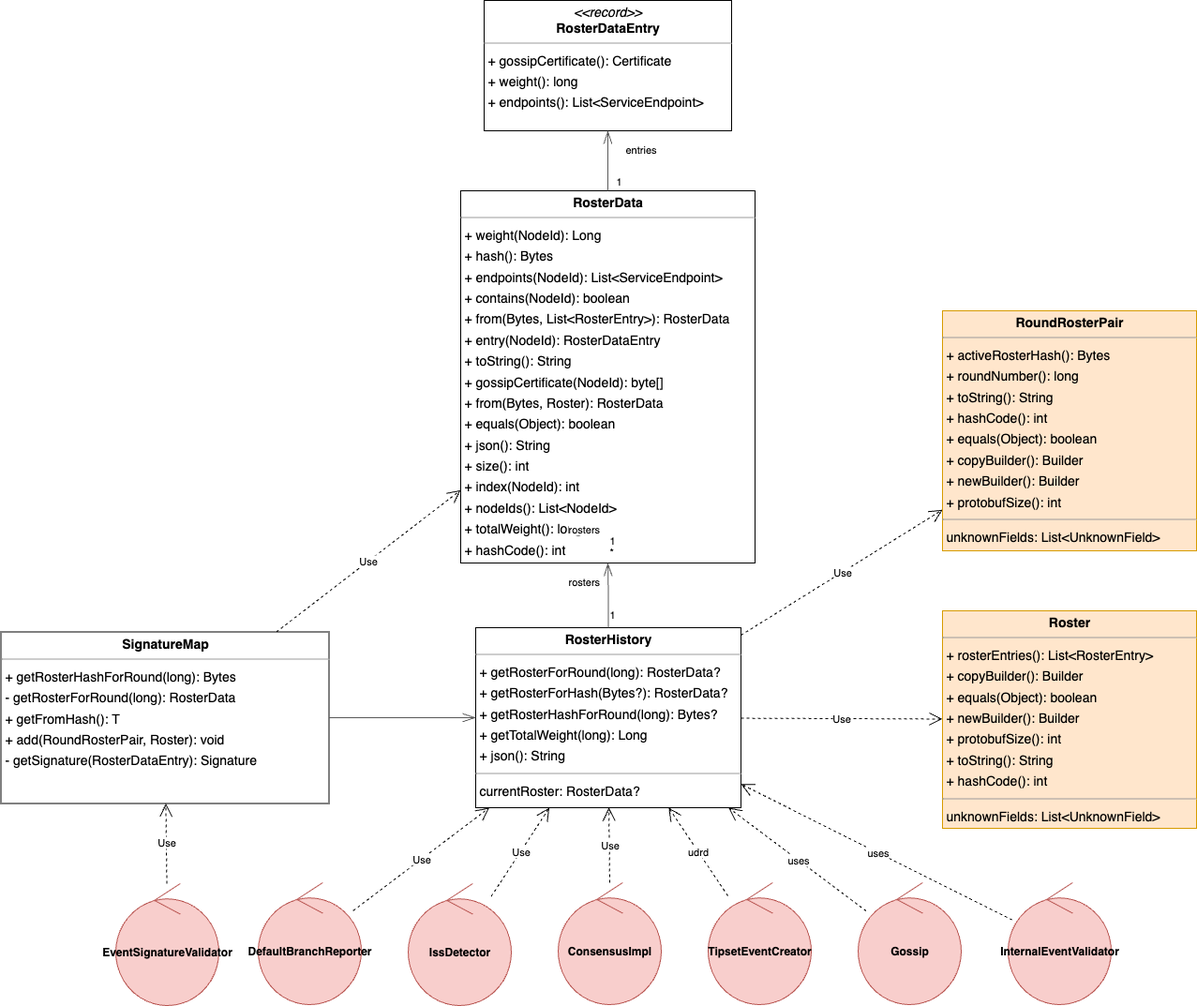
This is platform-sdk/docs/proposals/roster-refactor/roster-data-change.png from hiero-ledger/hiero-consensus-node, a draw.io export, as it was before one commit. Source tidied: cells renumbered, new cells last; positions are measured from the earlier drawing's top-left corner, leaving out a move shared by most shapes.
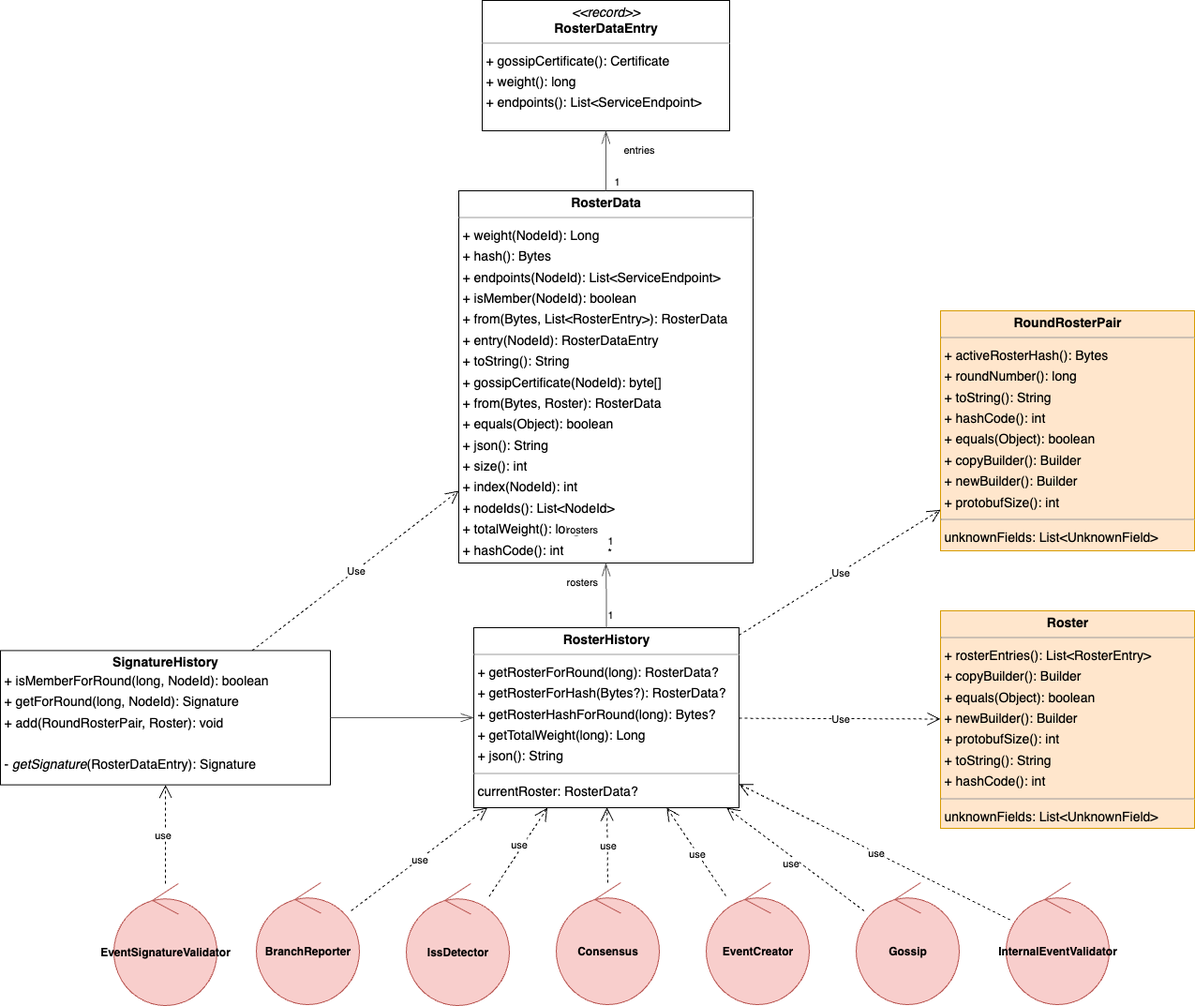
The same file after the commit.

What changed in the source:
```diff
@@ -5,7 +5,7 @@
     <mxCell id="2" value="&lt;p style=&quot;margin:0px;margin-top:4px;text-align:center;&quot;&gt;&lt;b&gt;Roster&lt;/b&gt;&lt;/p&gt;&lt;hr size=&quot;1&quot;/&gt;&lt;p style=&quot;margin:0 0 0 4px;line-height:1.6;&quot;&gt;+ rosterEntries(): List&amp;lt;RosterEntry&amp;gt;&lt;br/&gt;+ copyBuilder(): Builder&lt;br/&gt;+ equals(Object): boolean&lt;br/&gt;+ newBuilder(): Builder&lt;br/&gt;+ protobufSize(): int&lt;br/&gt;+ toString(): String&lt;br/&gt;+ hashCode(): int&lt;/p&gt;&lt;hr size=&quot;1&quot;/&gt;&lt;p style=&quot;margin:0 0 0 4px;line-height:1.6;&quot;&gt; unknownFields: List&amp;lt;UnknownField&amp;gt;&lt;/p&gt;" style="verticalAlign=top;align=left;overflow=fill;fontSize=14;fontFamily=Helvetica;html=1;rounded=0;shadow=0;comic=0;labelBackgroundColor=none;strokeWidth=1;fillColor=#ffe6cc;strokeColor=#d79b00;" parent="1" vertex="1">
       <mxGeometry x="1004" y="651" width="271" height="232" as="geometry" />
     </mxCell>
-    <mxCell id="3" value="&lt;p style=&quot;margin:0px;margin-top:4px;text-align:center;&quot;&gt;&lt;b&gt;RosterData&lt;/b&gt;&lt;/p&gt;&lt;hr size=&quot;1&quot;/&gt;&lt;p style=&quot;margin:0 0 0 4px;line-height:1.6;&quot;&gt;+ weight(NodeId): Long&lt;br/&gt;+ hash(): Bytes&lt;br/&gt;+ endpoints(NodeId): List&amp;lt;ServiceEndpoint&amp;gt;&lt;br/&gt;+ contains(NodeId): boolean&lt;br/&gt;+ from(Bytes, List&amp;lt;RosterEntry&amp;gt;): RosterData&lt;br/&gt;+ entry(NodeId): RosterDataEntry&lt;br/&gt;+ toString(): String&lt;br/&gt;+ gossipCertificate(NodeId): byte[]&lt;br/&gt;+ from(Bytes, Roster): RosterData&lt;br/&gt;+ equals(Object): boolean&lt;br/&gt;+ json(): String&lt;br/&gt;+ size(): int&lt;br/&gt;+ index(NodeId): int&lt;br/&gt;+ nodeIds(): List&amp;lt;NodeId&amp;gt;&lt;br/&gt;+ totalWeight(): long&lt;br/&gt;+ hashCode(): int&lt;/p&gt;" style="verticalAlign=top;align=left;overflow=fill;fontSize=14;fontFamily=Helvetica;html=1;rounded=0;shadow=0;comic=0;labelBackgroundColor=none;strokeWidth=1;" parent="1" vertex="1">
+    <mxCell id="3" value="&lt;p style=&quot;margin:0px;margin-top:4px;text-align:center;&quot;&gt;&lt;b&gt;RosterData&lt;/b&gt;&lt;/p&gt;&lt;hr size=&quot;1&quot;&gt;&lt;p style=&quot;margin:0 0 0 4px;line-height:1.6;&quot;&gt;+ weight(NodeId): Long&lt;br&gt;+ hash(): Bytes&lt;br&gt;+ endpoints(NodeId): List&amp;lt;ServiceEndpoint&amp;gt;&lt;br&gt;+ isMember(NodeId): boolean&lt;br&gt;+ from(Bytes, List&amp;lt;RosterEntry&amp;gt;): RosterData&lt;br&gt;+ entry(NodeId): RosterDataEntry&lt;br&gt;+ toString(): String&lt;br&gt;+ gossipCertificate(NodeId): byte[]&lt;br&gt;+ from(Bytes, Roster): RosterData&lt;br&gt;+ equals(Object): boolean&lt;br&gt;+ json(): String&lt;br&gt;+ size(): int&lt;br&gt;+ index(NodeId): int&lt;br&gt;+ nodeIds(): List&amp;lt;NodeId&amp;gt;&lt;br&gt;+ totalWeight(): long&lt;br&gt;+ hashCode(): int&lt;/p&gt;" style="verticalAlign=top;align=left;overflow=fill;fontSize=14;fontFamily=Helvetica;html=1;rounded=0;shadow=0;comic=0;labelBackgroundColor=none;strokeWidth=1;" parent="1" vertex="1">
       <mxGeometry x="490" y="203" width="314" height="397" as="geometry" />
     </mxCell>
     <mxCell id="4" value="&lt;p style=&quot;margin:0px;margin-top:4px;text-align:center;&quot;&gt;&lt;i&gt;&amp;lt;&amp;lt;record&amp;gt;&amp;gt;&lt;/i&gt;&lt;br&gt;&lt;b&gt;RosterDataEntry&lt;/b&gt;&lt;/p&gt;&lt;hr size=&quot;1&quot;&gt;&lt;p style=&quot;margin:0 0 0 4px;line-height:1.6;&quot;&gt;+ gossipCertificate(): Certificate&lt;br&gt;+ weight(): long&lt;br&gt;+ endpoints(): List&amp;lt;ServiceEndpoint&amp;gt;&lt;/p&gt;" style="verticalAlign=top;align=left;overflow=fill;fontSize=14;fontFamily=Helvetica;html=1;rounded=0;shadow=0;comic=0;labelBackgroundColor=none;strokeWidth=1;" parent="1" vertex="1">
@@ -50,8 +50,8 @@
     <mxCell id="17" value="Use" style="endArrow=open;endSize=12;dashed=1;html=1;rounded=0;" parent="1" edge="1" source="18" target="3">
       <mxGeometry relative="1" as="geometry" />
     </mxCell>
-    <mxCell id="18" value="&lt;p style=&quot;margin:0px;margin-top:4px;text-align:center;&quot;&gt;&lt;b&gt;SignatureMap&lt;/b&gt;&lt;/p&gt;&lt;hr size=&quot;1&quot;&gt;&lt;p style=&quot;margin:0 0 0 4px;line-height:1.6;&quot;&gt;+ getRosterHashForRound(long): Bytes&lt;/p&gt;&lt;p style=&quot;margin:0 0 0 4px;line-height:1.6;&quot;&gt;- getRosterForRound(long): RosterData&lt;/p&gt;&lt;p style=&quot;margin:0 0 0 4px;line-height:1.6;&quot;&gt;+ getFromHash(): T&lt;/p&gt;&lt;p style=&quot;margin:0 0 0 4px;line-height:1.6;&quot;&gt;&lt;span style=&quot;background-color: transparent; color: light-dark(rgb(0, 0, 0), rgb(255, 255, 255));&quot;&gt;+ add(RoundRosterPair, Roster): void&lt;/span&gt;&lt;/p&gt;&lt;p style=&quot;margin:0 0 0 4px;line-height:1.6;&quot;&gt;- getSignature(RosterDataEntry): Signature&lt;/p&gt;&lt;p style=&quot;margin:0 0 0 4px;line-height:1.6;&quot;&gt;&lt;br&gt;&lt;/p&gt;&lt;p style=&quot;margin:0 0 0 4px;line-height:1.6;&quot;&gt;&lt;br&gt;&lt;/p&gt;" style="verticalAlign=top;align=left;overflow=fill;fontSize=14;fontFamily=Helvetica;html=1;rounded=0;shadow=0;comic=0;labelBackgroundColor=none;strokeWidth=1;" parent="1" vertex="1">
-      <mxGeometry x="-0.5" y="673.5" width="350" height="183" as="geometry" />
+    <mxCell id="18" value="&lt;p style=&quot;margin:0px;margin-top:4px;text-align:center;&quot;&gt;&lt;b&gt;SignatureHistory&lt;/b&gt;&lt;/p&gt;&lt;p style=&quot;margin:0 0 0 4px;line-height:1.6;&quot;&gt;+ isMemberForRound(long, NodeId): boolean&lt;/p&gt;&lt;p style=&quot;margin:0 0 0 4px;line-height:1.6;&quot;&gt;+ getForRound(long, NodeId): Signature&lt;/p&gt;&lt;p style=&quot;margin:0 0 0 4px;line-height:1.6;&quot;&gt;&lt;span style=&quot;background-color: transparent; color: light-dark(rgb(0, 0, 0), rgb(255, 255, 255));&quot;&gt;+ add(RoundRosterPair, Roster): void&lt;/span&gt;&lt;/p&gt;&lt;p style=&quot;margin:0 0 0 4px;line-height:1.6;&quot;&gt;&lt;span style=&quot;background-color: transparent; color: light-dark(rgb(0, 0, 0), rgb(255, 255, 255));&quot;&gt;&lt;br&gt;&lt;/span&gt;&lt;/p&gt;&lt;p style=&quot;margin:0 0 0 4px;line-height:1.6;&quot;&gt;- &lt;i&gt;getSignature&lt;/i&gt;(RosterDataEntry): Signature&lt;/p&gt;&lt;p style=&quot;margin:0 0 0 4px;line-height:1.6;&quot;&gt;&lt;br&gt;&lt;/p&gt;&lt;p style=&quot;margin:0 0 0 4px;line-height:1.6;&quot;&gt;&lt;br&gt;&lt;/p&gt;" style="verticalAlign=top;align=left;overflow=fill;fontSize=14;fontFamily=Helvetica;html=1;rounded=0;shadow=0;comic=0;labelBackgroundColor=none;strokeWidth=1;" parent="1" vertex="1">
+      <mxGeometry x="1" y="693.4" width="352" height="143.2" as="geometry" />
     </mxCell>
     <mxCell id="19" value="&lt;b&gt;Gossip&lt;/b&gt;" style="ellipse;shape=umlControl;whiteSpace=wrap;html=1;fillColor=#f8cecc;strokeColor=#b85450;" parent="1" vertex="1">
       <mxGeometry x="914" y="941" width="110" height="130" as="geometry" />
@@ -59,40 +59,42 @@
     <mxCell id="20" value="&lt;b&gt;IssDetector&lt;/b&gt;" style="ellipse;shape=umlControl;whiteSpace=wrap;html=1;fillColor=#f8cecc;strokeColor=#b85450;" parent="1" vertex="1">
       <mxGeometry x="434" y="942" width="110" height="130" as="geometry" />
     </mxCell>
-    <mxCell id="21" value="&lt;b&gt;DefaultBranchReporter&lt;/b&gt;" style="ellipse;shape=umlControl;whiteSpace=wrap;html=1;fillColor=#f8cecc;strokeColor=#b85450;" parent="1" vertex="1">
+    <mxCell id="21" value="&lt;b&gt;BranchReporter&lt;/b&gt;" style="ellipse;shape=umlControl;whiteSpace=wrap;html=1;fillColor=#f8cecc;strokeColor=#b85450;" parent="1" vertex="1">
       <mxGeometry x="274" y="941" width="110" height="130" as="geometry" />
     </mxCell>
-    <mxCell id="22" value="&lt;b&gt;ConsensusImpl&lt;/b&gt;" style="ellipse;shape=umlControl;whiteSpace=wrap;html=1;fillColor=#f8cecc;strokeColor=#b85450;" parent="1" vertex="1">
+    <mxCell id="22" value="&lt;b&gt;Consensus&lt;/b&gt;" style="ellipse;shape=umlControl;whiteSpace=wrap;html=1;fillColor=#f8cecc;strokeColor=#b85450;" parent="1" vertex="1">
       <mxGeometry x="594" y="941" width="110" height="130" as="geometry" />
     </mxCell>
     <mxCell id="23" value="&lt;b&gt;EventSignatureValidator&lt;/b&gt;" style="ellipse;shape=umlControl;whiteSpace=wrap;html=1;fillColor=#f8cecc;strokeColor=#b85450;" parent="1" vertex="1">
       <mxGeometry x="122" y="942" width="110" height="130" as="geometry" />
     </mxCell>
-    <mxCell id="24" value="&lt;b&gt;TipsetEventCreator&lt;/b&gt;" style="ellipse;shape=umlControl;whiteSpace=wrap;html=1;fillColor=#f8cecc;strokeColor=#b85450;" parent="1" vertex="1">
+    <mxCell id="24" value="&lt;b&gt;EventCreator&lt;/b&gt;" style="ellipse;shape=umlControl;whiteSpace=wrap;html=1;fillColor=#f8cecc;strokeColor=#b85450;" parent="1" vertex="1">
       <mxGeometry x="754" y="941" width="110" height="130" as="geometry" />
     </mxCell>
-    <mxCell id="25" value="uses" style="endArrow=open;endSize=12;dashed=1;html=1;rounded=0;" parent="1" edge="1" source="19" target="5">
-      <mxGeometry x="-0.01" relative="1" as="geometry" />
+    <mxCell id="25" value="use" style="endArrow=open;endSize=12;dashed=1;html=1;rounded=0;" parent="1" edge="1" source="19" target="5">
+      <mxGeometry x="0.02" y="6" relative="1" as="geometry" />
     </mxCell>
-    <mxCell id="26" value="Use" style="endArrow=open;endSize=12;dashed=1;html=1;rounded=0;" parent="1" edge="1" source="22" target="5">
+    <mxCell id="26" value="use" style="endArrow=open;endSize=12;dashed=1;html=1;rounded=0;" parent="1" edge="1" source="22" target="5">
       <mxGeometry relative="1" as="geometry" />
     </mxCell>
-    <mxCell id="27" value="udrd" style="endArrow=open;endSize=12;dashed=1;html=1;rounded=0;" parent="1" edge="1" source="24" target="5">
-      <mxGeometry relative="1" as="geometry" />
+    <mxCell id="27" value="use" style="endArrow=open;endSize=12;dashed=1;html=1;rounded=0;" parent="1" edge="1" source="24" target="5">
+      <mxGeometry x="-0.04" y="1" relative="1" as="geometry">
+        <mxPoint x="1" as="offset" />
+      </mxGeometry>
     </mxCell>
-    <mxCell id="28" value="Use" style="endArrow=open;endSize=12;dashed=1;html=1;rounded=0;" parent="1" edge="1" source="23" target="18">
-      <mxGeometry x="0.01" relative="1" as="geometry" />
+    <mxCell id="28" value="use" style="endArrow=open;endSize=12;dashed=1;html=1;rounded=0;" parent="1" edge="1" source="23" target="18">
+      <mxGeometry x="-0.01" y="3" relative="1" as="geometry" />
     </mxCell>
-    <mxCell id="29" value="Use" style="endArrow=open;endSize=12;dashed=1;html=1;rounded=0;" parent="1" edge="1" source="20" target="5">
-      <mxGeometry relative="1" as="geometry" />
+    <mxCell id="29" value="use" style="endArrow=open;endSize=12;dashed=1;html=1;rounded=0;" parent="1" edge="1" source="20" target="5">
+      <mxGeometry x="0.13" y="4" relative="1" as="geometry" />
     </mxCell>
-    <mxCell id="30" value="Use" style="endArrow=open;endSize=12;dashed=1;html=1;rounded=0;" parent="1" edge="1" source="21" target="5">
+    <mxCell id="30" value="use" style="endArrow=open;endSize=12;dashed=1;html=1;rounded=0;" parent="1" edge="1" source="21" target="5">
       <mxGeometry relative="1" as="geometry" />
     </mxCell>
     <mxCell id="31" value="&lt;b&gt;InternalEventValidator&lt;/b&gt;" style="ellipse;shape=umlControl;whiteSpace=wrap;html=1;fillColor=#f8cecc;strokeColor=#b85450;" parent="1" vertex="1">
       <mxGeometry x="1074" y="941" width="110" height="130" as="geometry" />
     </mxCell>
-    <mxCell id="32" value="uses" style="endArrow=open;endSize=12;dashed=1;html=1;rounded=0;" parent="1" edge="1" source="31" target="5">
+    <mxCell id="32" value="use" style="endArrow=open;endSize=12;dashed=1;html=1;rounded=0;" parent="1" edge="1" source="31" target="5">
       <mxGeometry x="-0.01" relative="1" as="geometry" />
     </mxCell>
     <mxCell id="33" style="html=1;rounded=1;edgeStyle=orthogonalEdgeStyle;dashed=0;startArrow=diamondThinstartSize=12;endArrow=openThin;endSize=12;strokeColor=#595959;" parent="1" edge="1" source="18" target="5">
```
